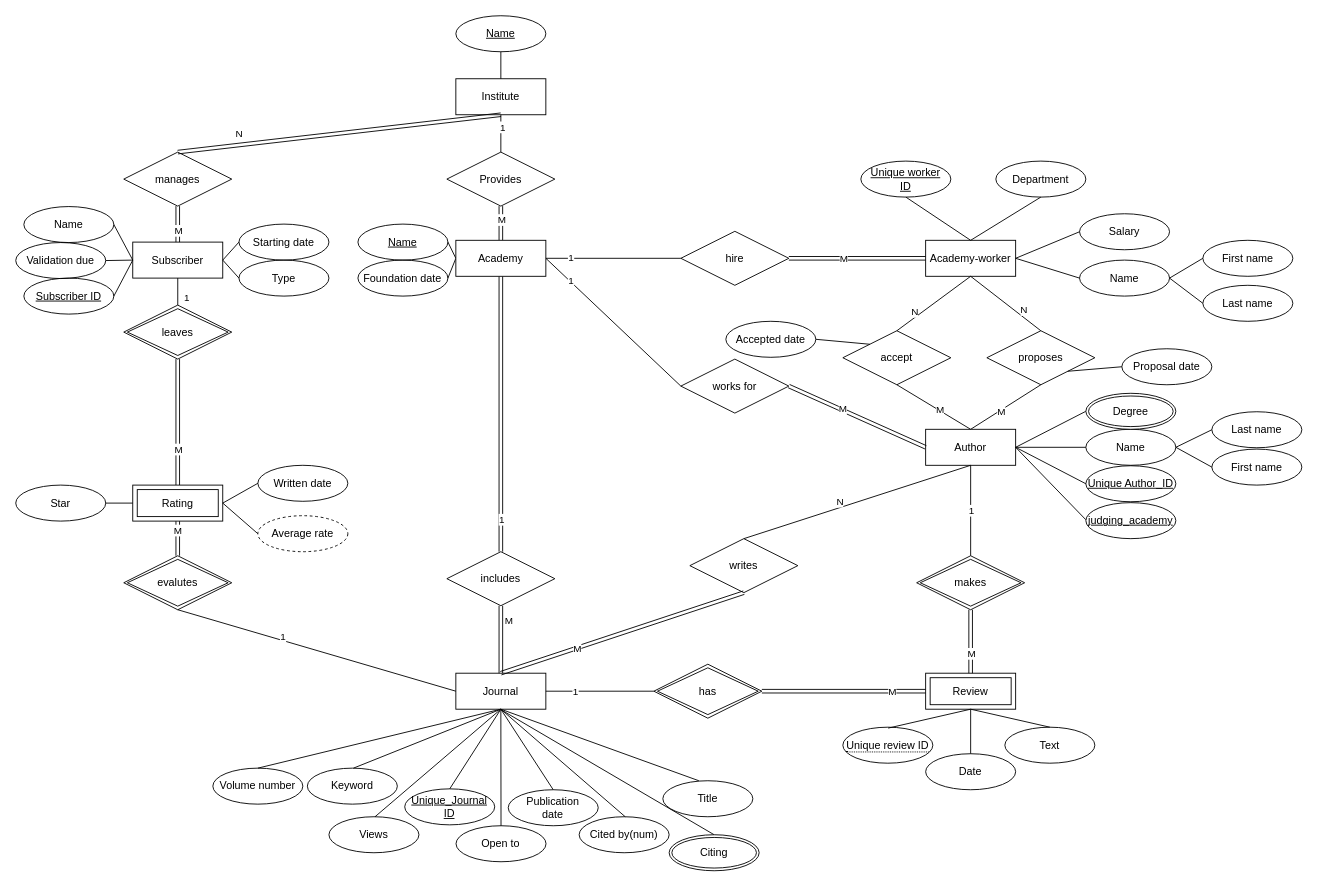
waroad/Problem-Solving keeps this draw.io diagram as 학교과제/seo.drawio. Above is the earlier version. Source tidied: cells renumbered, new cells numbered last; positions are measured from the earlier drawing's top-left corner, leaving out a move shared by most shapes. Both pictures are drawn from the tidied source at 90%, with x=0, y=0 at pixel (15, 15).
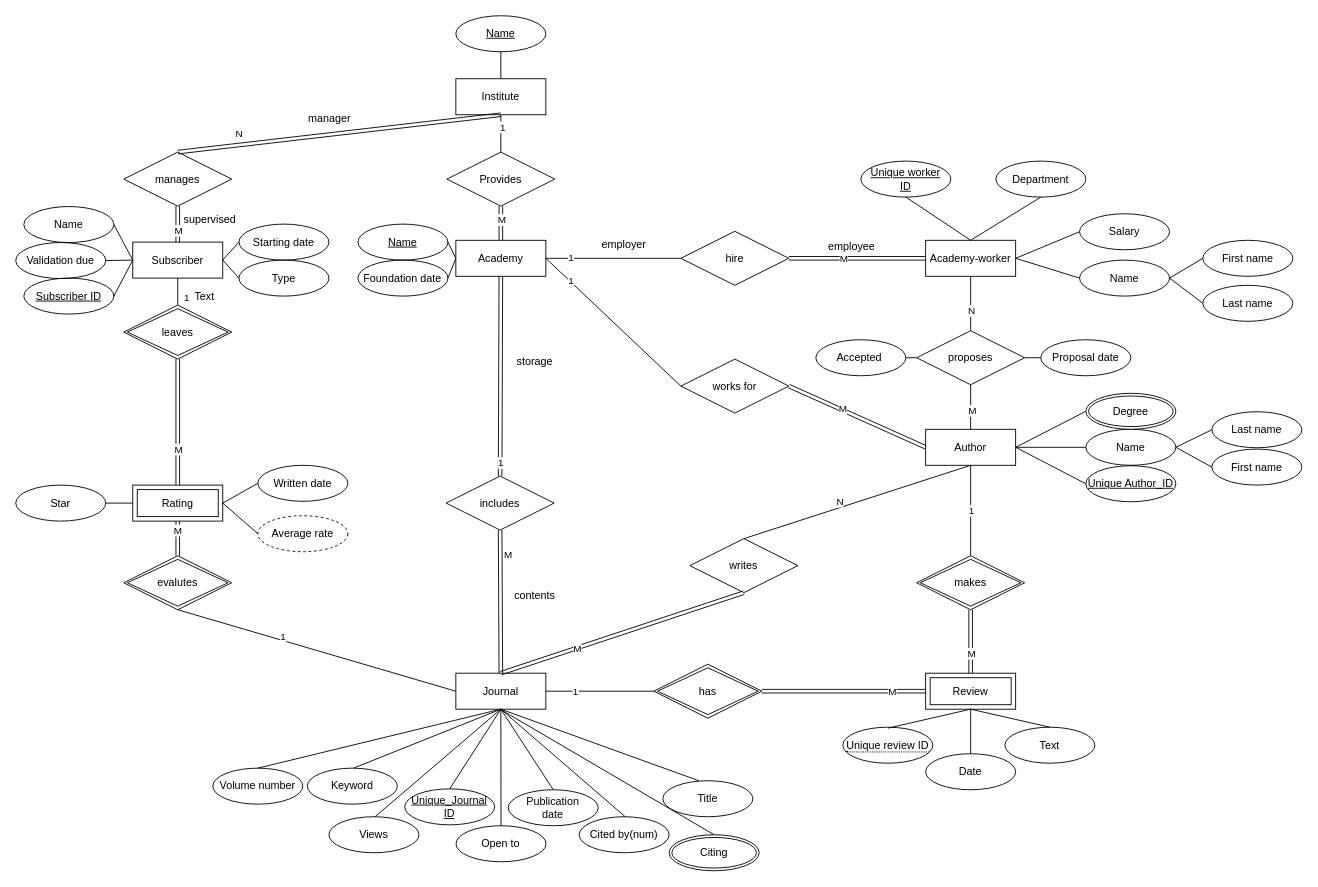
After the change.

The change refers to these unchanged cells:
```xml
<mxCell id="6" value="Academy-worker" style="whiteSpace=wrap;html=1;align=center;direction=west;" parent="1" vertex="1">
  <mxGeometry x="1011" y="249.5" width="100" height="40" as="geometry" />
</mxCell>
<mxCell id="94" value="Author" style="whiteSpace=wrap;html=1;align=center;direction=west;" parent="1" vertex="1">
  <mxGeometry x="1011" y="459.5" width="100" height="40" as="geometry" />
</mxCell>
```

The edit, as a diff of the source:
```diff
@@
     <mxCell id="19" value="proposes" style="shape=rhombus;perimeter=rhombusPerimeter;whiteSpace=wrap;html=1;align=center;fillColor=none;gradientColor=default;direction=west;" parent="1" vertex="1">
-      <mxGeometry x="1079" y="350" width="120" height="60" as="geometry" />
+      <mxGeometry x="1001" y="350" width="120" height="60" as="geometry" />
     </mxCell>
@@
-    <mxCell id="114" value="accept" style="shape=rhombus;perimeter=rhombusPerimeter;whiteSpace=wrap;html=1;align=center;fillColor=none;gradientColor=default;direction=west;" parent="1" vertex="1">
-      <mxGeometry x="919" y="350" width="120" height="60" as="geometry" />
-    </mxCell>
-    <mxCell id="115" style="endArrow=none;html=1;rounded=0;exitX=0.5;exitY=0;exitDx=0;exitDy=0;entryX=0.5;entryY=1;entryDx=0;entryDy=0;" parent="1" edge="1" source="6" target="114">
-      <mxGeometry relative="1" as="geometry" />
-    </mxCell>
-    <mxCell id="116" value="N" style="edgeLabel;html=1;align=center;verticalAlign=middle;" parent="115" vertex="1">
-      <mxGeometry x="0.52" y="1" relative="1" as="geometry">
-        <mxPoint x="-1" y="-8" as="offset" />
-      </mxGeometry>
-    </mxCell>
-    <mxCell id="117" style="endArrow=none;html=1;rounded=0;exitX=0.5;exitY=0;exitDx=0;exitDy=0;entryX=0.5;entryY=1;entryDx=0;entryDy=0;" parent="1" edge="1" source="114" target="94">
-      <mxGeometry relative="1" as="geometry" />
-    </mxCell>
-    <mxCell id="118" value="M" style="edgeLabel;html=1;align=center;verticalAlign=middle;" parent="117" vertex="1">
-      <mxGeometry x="0.15" y="1" relative="1" as="geometry" />
-    </mxCell>
@@
-    <mxCell id="133" style="endArrow=none;html=1;rounded=0;entryX=0;entryY=0.5;entryDx=0;entryDy=0;" parent="1" edge="1" target="94">
-      <mxGeometry relative="1" as="geometry">
-        <mxPoint x="1189" y="560" as="sourcePoint" />
-      </mxGeometry>
-    </mxCell>
-    <mxCell id="134" value="judging_academy" style="ellipse;whiteSpace=wrap;html=1;align=center;fontStyle=4;fillColor=none;gradientColor=default;strokeColor=default;direction=west;" parent="1" vertex="1">
-      <mxGeometry x="1189" y="541" width="100" height="40" as="geometry" />
-    </mxCell>
-    <mxCell id="135" style="endArrow=none;html=1;rounded=0;exitX=1;exitY=1;exitDx=0;exitDy=0;entryX=1;entryY=0.5;entryDx=0;entryDy=0;" parent="1" edge="1" source="114" target="136">
+    <mxCell id="135" style="endArrow=none;html=1;rounded=0;entryX=1;entryY=0.5;entryDx=0;entryDy=0;" parent="1" edge="1" source="19" target="136">
       <mxGeometry relative="1" as="geometry" />
     </mxCell>
-    <mxCell id="136" value="Accepted date" style="ellipse;whiteSpace=wrap;html=1;align=center;fillColor=none;gradientColor=default;" parent="1" vertex="1">
-      <mxGeometry x="789" y="339.5" width="100" height="40" as="geometry" />
+    <mxCell id="136" value="Accepted&amp;nbsp;" style="ellipse;whiteSpace=wrap;html=1;align=center;fillColor=none;gradientColor=default;" parent="1" vertex="1">
+      <mxGeometry x="889" y="360" width="100" height="40" as="geometry" />
     </mxCell>
     <mxCell id="137" value="Proposal date" style="ellipse;whiteSpace=wrap;html=1;align=center;fillColor=none;gradientColor=default;" parent="1" vertex="1">
-      <mxGeometry x="1229" y="370" width="100" height="40" as="geometry" />
+      <mxGeometry x="1139" y="360" width="100" height="40" as="geometry" />
     </mxCell>
-    <mxCell id="138" style="endArrow=none;html=1;rounded=0;exitX=0;exitY=0.5;exitDx=0;exitDy=0;entryX=0;entryY=0;entryDx=0;entryDy=0;" parent="1" edge="1" source="137" target="19">
+    <mxCell id="138" style="endArrow=none;html=1;rounded=0;exitX=0;exitY=0.5;exitDx=0;exitDy=0;entryX=0;entryY=0.5;entryDx=0;entryDy=0;" parent="1" edge="1" source="137" target="19">
       <mxGeometry relative="1" as="geometry" />
     </mxCell>
@@
     <mxCell id="142" value="includes" style="shape=rhombus;perimeter=rhombusPerimeter;whiteSpace=wrap;html=1;align=center;fillColor=none;gradientColor=default;direction=west;" parent="1" vertex="1">
-      <mxGeometry x="479" y="595.5" width="120" height="60" as="geometry" />
+      <mxGeometry x="478.2" y="511.5" width="120" height="60" as="geometry" />
     </mxCell>
@@
+    <mxCell id="144" value="employer" style="text;html=1;strokeColor=none;fillColor=none;align=center;verticalAlign=middle;whiteSpace=wrap;rounded=0;" parent="1" vertex="1">
+      <mxGeometry x="646" y="239.5" width="60" height="30" as="geometry" />
+    </mxCell>
+    <mxCell id="145" value="employee" style="text;html=1;strokeColor=none;fillColor=none;align=center;verticalAlign=middle;whiteSpace=wrap;rounded=0;" parent="1" vertex="1">
+      <mxGeometry x="899" y="241.5" width="60" height="30" as="geometry" />
+    </mxCell>
+    <mxCell id="146" value="manager" style="text;html=1;strokeColor=none;fillColor=none;align=center;verticalAlign=middle;whiteSpace=wrap;rounded=0;rotation=0;" parent="1" vertex="1">
+      <mxGeometry x="319" y="100" width="60" height="30" as="geometry" />
+    </mxCell>
+    <mxCell id="147" value="supervised" style="text;html=1;strokeColor=none;fillColor=none;align=center;verticalAlign=middle;whiteSpace=wrap;rounded=0;" parent="1" vertex="1">
+      <mxGeometry x="186" y="211.5" width="60" height="30" as="geometry" />
+    </mxCell>
+    <mxCell id="148" value="Text" style="text;html=1;strokeColor=none;fillColor=none;align=center;verticalAlign=middle;whiteSpace=wrap;rounded=0;" parent="1" vertex="1">
+      <mxGeometry x="180" y="296.5" width="60" height="30" as="geometry" />
+    </mxCell>
+    <mxCell id="149" value="storage" style="text;html=1;strokeColor=none;fillColor=none;align=center;verticalAlign=middle;whiteSpace=wrap;rounded=0;rotation=0;" parent="1" vertex="1">
+      <mxGeometry x="547.2" y="370" width="60" height="30" as="geometry" />
+    </mxCell>
+    <mxCell id="150" value="contents" style="text;html=1;strokeColor=none;fillColor=none;align=center;verticalAlign=middle;whiteSpace=wrap;rounded=0;rotation=0;" parent="1" vertex="1">
+      <mxGeometry x="547.2" y="630" width="60" height="30" as="geometry" />
+    </mxCell>
```
